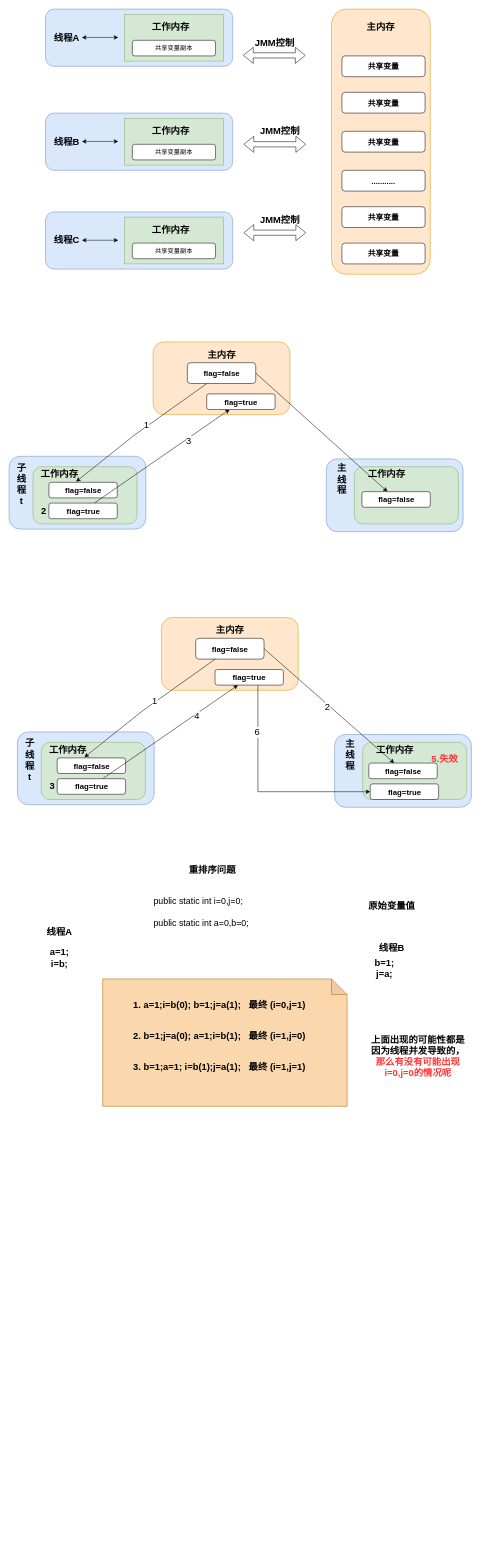
pkqzyh/pkqzyh.github.io keeps this draw.io diagram as page "volatile" (1 of 4) of JUC并发编程.drawio. Above is the earlier version. Source tidied: cells renumbered, new cells numbered last; positions are measured from the earlier drawing's top-left corner, leaving out a move shared by most shapes. Both pictures are drawn from the tidied source at 52%, with x=0, y=0 at pixel (9, 9).
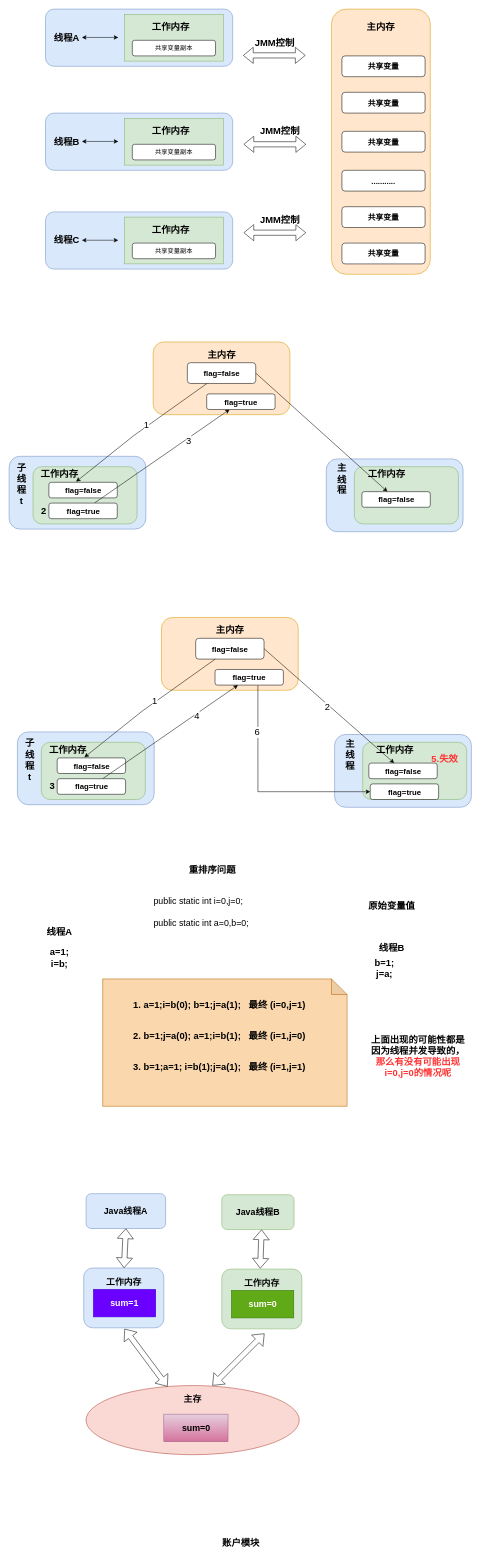
The same diagram, later.

Commit message:
更新JUC并发编程.drawio

Change to the diagram source:
```diff
@@
+    <mxCell id="93" value="&lt;b&gt;&lt;font style=&quot;font-size: 18px;&quot;&gt;账户模块&lt;/font&gt;&lt;/b&gt;" style="text;html=1;align=center;verticalAlign=middle;whiteSpace=wrap;rounded=0;" parent="1" vertex="1">
+      <mxGeometry x="400.8" y="2935" width="90" height="30" as="geometry" />
+    </mxCell>
+    <mxCell id="94" value="Java线程A" style="rounded=1;whiteSpace=wrap;html=1;fillColor=#dae8fc;strokeColor=#6c8ebf;fontSize=17;fontStyle=1;" parent="1" vertex="1">
+      <mxGeometry x="148" y="2278" width="153" height="67" as="geometry" />
+    </mxCell>
+    <mxCell id="95" value="Java线程B" style="rounded=1;whiteSpace=wrap;html=1;fillColor=#d5e8d4;strokeColor=#82b366;fontSize=17;fontStyle=1;" parent="1" vertex="1">
+      <mxGeometry x="409" y="2280" width="139" height="67" as="geometry" />
+    </mxCell>
+    <mxCell id="96" value="工作内存&lt;div&gt;&lt;br&gt;&lt;/div&gt;&lt;div&gt;&lt;br&gt;&lt;/div&gt;&lt;div&gt;&lt;br&gt;&lt;/div&gt;" style="rounded=1;whiteSpace=wrap;html=1;fillColor=#dae8fc;strokeColor=#6c8ebf;fontSize=17;fontStyle=1;" parent="1" vertex="1">
+      <mxGeometry x="143.5" y="2421" width="154" height="115" as="geometry" />
+    </mxCell>
+    <mxCell id="97" value="sum=1" style="rounded=0;whiteSpace=wrap;html=1;fillColor=#6a00ff;fontColor=#ffffff;strokeColor=#3700CC;fontSize=17;fontStyle=1;" parent="1" vertex="1">
+      <mxGeometry x="162" y="2462" width="120" height="53" as="geometry" />
+    </mxCell>
+    <mxCell id="98" value="工作内存&lt;div&gt;&lt;br&gt;&lt;/div&gt;&lt;div&gt;&lt;br&gt;&lt;/div&gt;&lt;div&gt;&lt;br&gt;&lt;/div&gt;" style="rounded=1;whiteSpace=wrap;html=1;fillColor=#d5e8d4;strokeColor=#82b366;fontSize=17;fontStyle=1;" parent="1" vertex="1">
+      <mxGeometry x="409" y="2423" width="154" height="115" as="geometry" />
+    </mxCell>
+    <mxCell id="99" value="sum=0" style="rounded=0;whiteSpace=wrap;html=1;fillColor=#60a917;fontColor=#ffffff;strokeColor=#2D7600;fontSize=17;fontStyle=1;" parent="1" vertex="1">
+      <mxGeometry x="427.5" y="2464" width="120" height="53" as="geometry" />
+    </mxCell>
+    <mxCell id="100" value="主存&lt;div&gt;&lt;br&gt;&lt;/div&gt;&lt;div&gt;&lt;br&gt;&lt;/div&gt;&lt;div&gt;&lt;br&gt;&lt;/div&gt;&lt;div&gt;&lt;br&gt;&lt;/div&gt;" style="ellipse;whiteSpace=wrap;html=1;fillColor=#fad9d5;strokeColor=#ae4132;fontSize=17;fontStyle=1;" parent="1" vertex="1">
+      <mxGeometry x="148" y="2647" width="410" height="133" as="geometry" />
+    </mxCell>
+    <mxCell id="101" value="sum=0" style="rounded=0;whiteSpace=wrap;html=1;fillColor=#e6d0de;strokeColor=#996185;gradientColor=#d5739d;fontSize=17;fontStyle=1;" parent="1" vertex="1">
+      <mxGeometry x="297.5" y="2702" width="123.5" height="53" as="geometry" />
+    </mxCell>
+    <mxCell id="102" style="shape=flexArrow;endArrow=classic;startArrow=classic;html=1;rounded=0;fontSize=17;fontStyle=1;" parent="1" edge="1" source="100">
+      <mxGeometry relative="1" as="geometry">
+        <mxPoint x="222" y="2538" as="targetPoint" />
+      </mxGeometry>
+    </mxCell>
+    <mxCell id="103" style="shape=flexArrow;endArrow=classic;startArrow=classic;html=1;rounded=0;fontSize=17;fontStyle=1;" parent="1" edge="1">
+      <mxGeometry relative="1" as="geometry">
+        <mxPoint x="391" y="2647" as="sourcePoint" />
+        <mxPoint x="491" y="2547" as="targetPoint" />
+      </mxGeometry>
+    </mxCell>
+    <mxCell id="104" style="shape=flexArrow;endArrow=classic;startArrow=classic;html=1;rounded=0;entryX=0.5;entryY=1;entryDx=0;entryDy=0;fontSize=17;fontStyle=1;" parent="1" edge="1" target="94">
+      <mxGeometry relative="1" as="geometry">
+        <mxPoint x="221" y="2421" as="sourcePoint" />
+      </mxGeometry>
+    </mxCell>
+    <mxCell id="105" style="shape=flexArrow;endArrow=classic;startArrow=classic;html=1;rounded=0;fontSize=17;fontStyle=1;" parent="1" edge="1">
+      <mxGeometry relative="1" as="geometry">
+        <mxPoint x="483" y="2422" as="sourcePoint" />
+        <mxPoint x="485.5" y="2347" as="targetPoint" />
+      </mxGeometry>
+    </mxCell>
```
